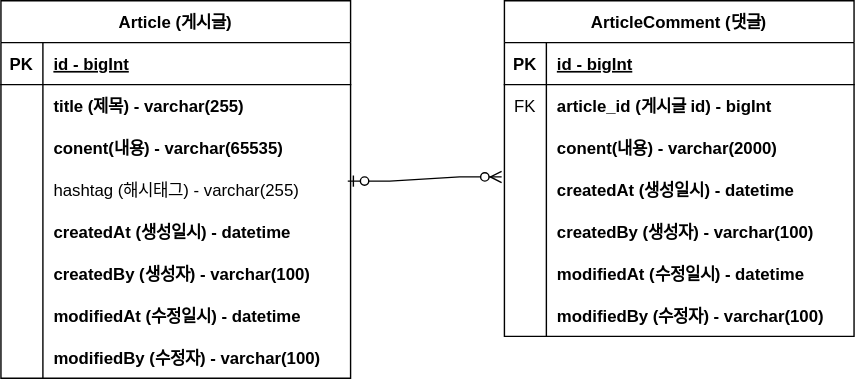
Earlier version of the draw.io export project-board-erd.svg (heypoppop/project-board). Source tidied: cells renumbered, new cells last; positions are measured from the earlier drawing's top-left corner, leaving out a move shared by most shapes.
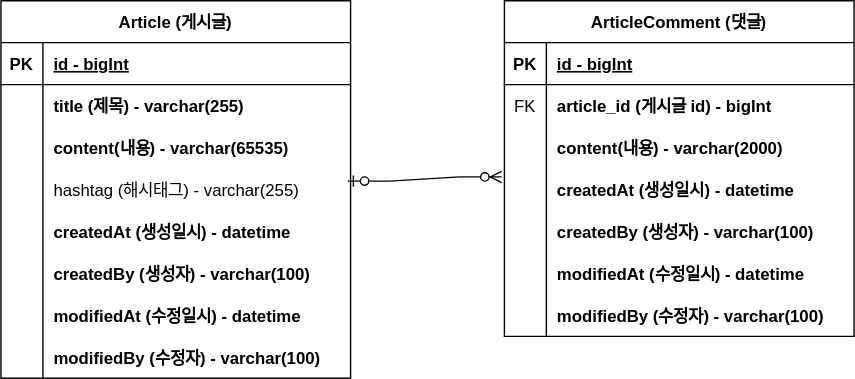
After the change.

Change to the diagram source:
```diff
@@ -29,7 +29,7 @@
     <mxCell id="10" style="shape=partialRectangle;overflow=hidden;fillColor=none;top=0;left=0;bottom=0;right=0;fontStyle=1;" parent="9" vertex="1">
       <mxGeometry width="30" height="30" as="geometry" />
     </mxCell>
-    <mxCell id="11" value="conent(내용) - varchar(65535)" style="shape=partialRectangle;overflow=hidden;fillColor=none;top=0;left=0;bottom=0;right=0;align=left;spacingLeft=6;fontStyle=1;" parent="9" vertex="1">
+    <mxCell id="11" value="content(내용) - varchar(65535)" style="shape=partialRectangle;overflow=hidden;fillColor=none;top=0;left=0;bottom=0;right=0;align=left;spacingLeft=6;fontStyle=1;" parent="9" vertex="1">
       <mxGeometry x="30" width="220" height="30" as="geometry" />
     </mxCell>
     <mxCell id="12" style="shape=partialRectangle;fillColor=none;points=[[0,0.5],[1,0.5]];portConstraint=eastwest;top=0;left=0;right=0;bottom=0;fontStyle=1;" parent="2" vertex="1">
@@ -104,7 +104,7 @@
     <mxCell id="35" style="shape=partialRectangle;overflow=hidden;fillColor=none;top=0;left=0;bottom=0;right=0;" parent="34" vertex="1">
       <mxGeometry width="30" height="30" as="geometry" />
     </mxCell>
-    <mxCell id="36" value="conent(내용) - varchar(2000)" style="shape=partialRectangle;overflow=hidden;fillColor=none;top=0;left=0;bottom=0;right=0;align=left;spacingLeft=6;fontStyle=1;" parent="34" vertex="1">
+    <mxCell id="36" value="content(내용) - varchar(2000)" style="shape=partialRectangle;overflow=hidden;fillColor=none;top=0;left=0;bottom=0;right=0;align=left;spacingLeft=6;fontStyle=1;" parent="34" vertex="1">
       <mxGeometry x="30" width="220" height="30" as="geometry" />
     </mxCell>
     <mxCell id="37" style="shape=partialRectangle;fillColor=none;points=[[0,0.5],[1,0.5]];portConstraint=eastwest;top=0;left=0;right=0;bottom=0;" parent="27" vertex="1">
```
